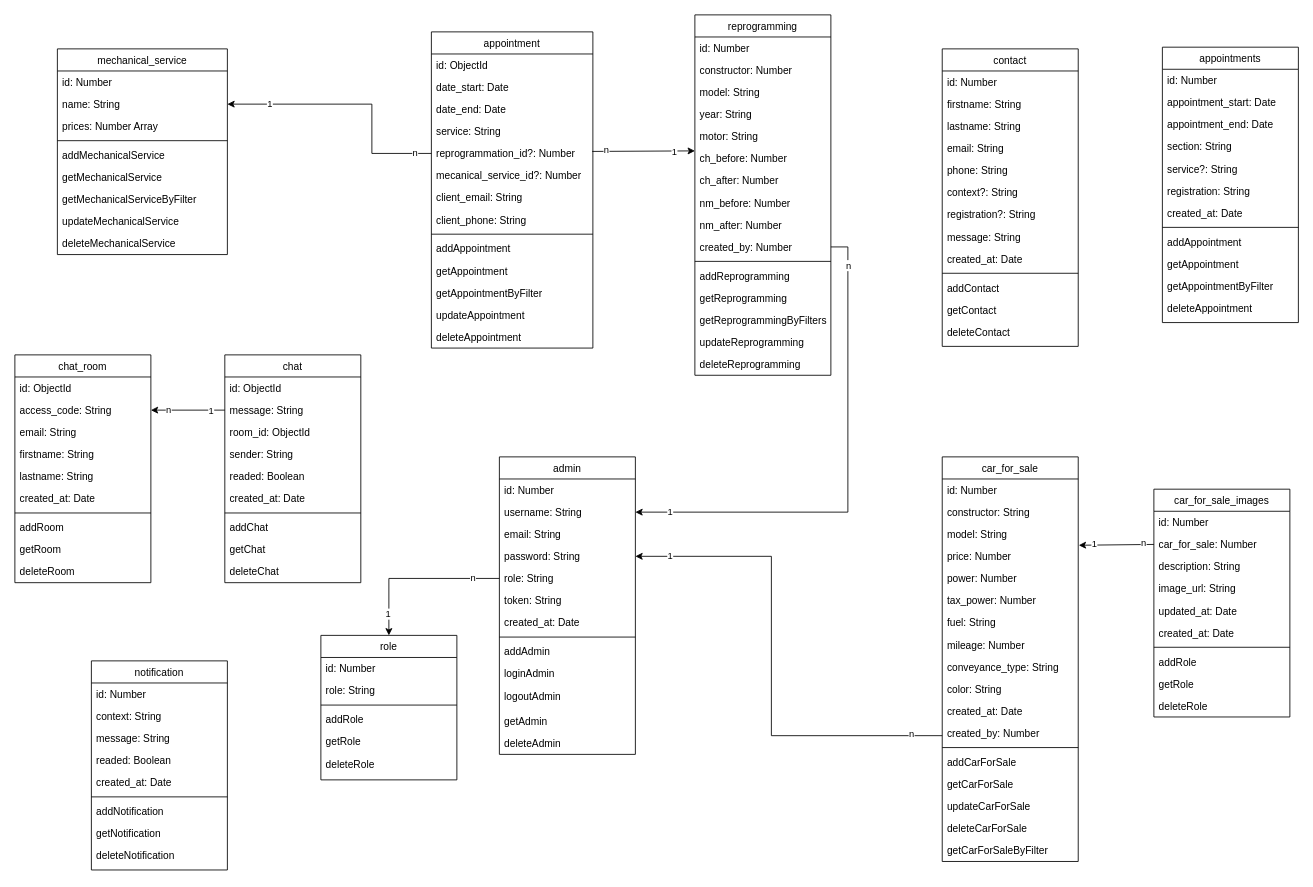
nsevendev/hephaistos keeps this draw.io diagram as documentation/hephaistos-MCD.drawio. Above is the earlier version. Source tidied: cells renumbered, new cells numbered last; positions are measured from the earlier drawing's top-left corner, leaving out a move shared by most shapes. Both pictures are drawn from the tidied source at 85%, with x=0, y=0 at pixel (14, 14).
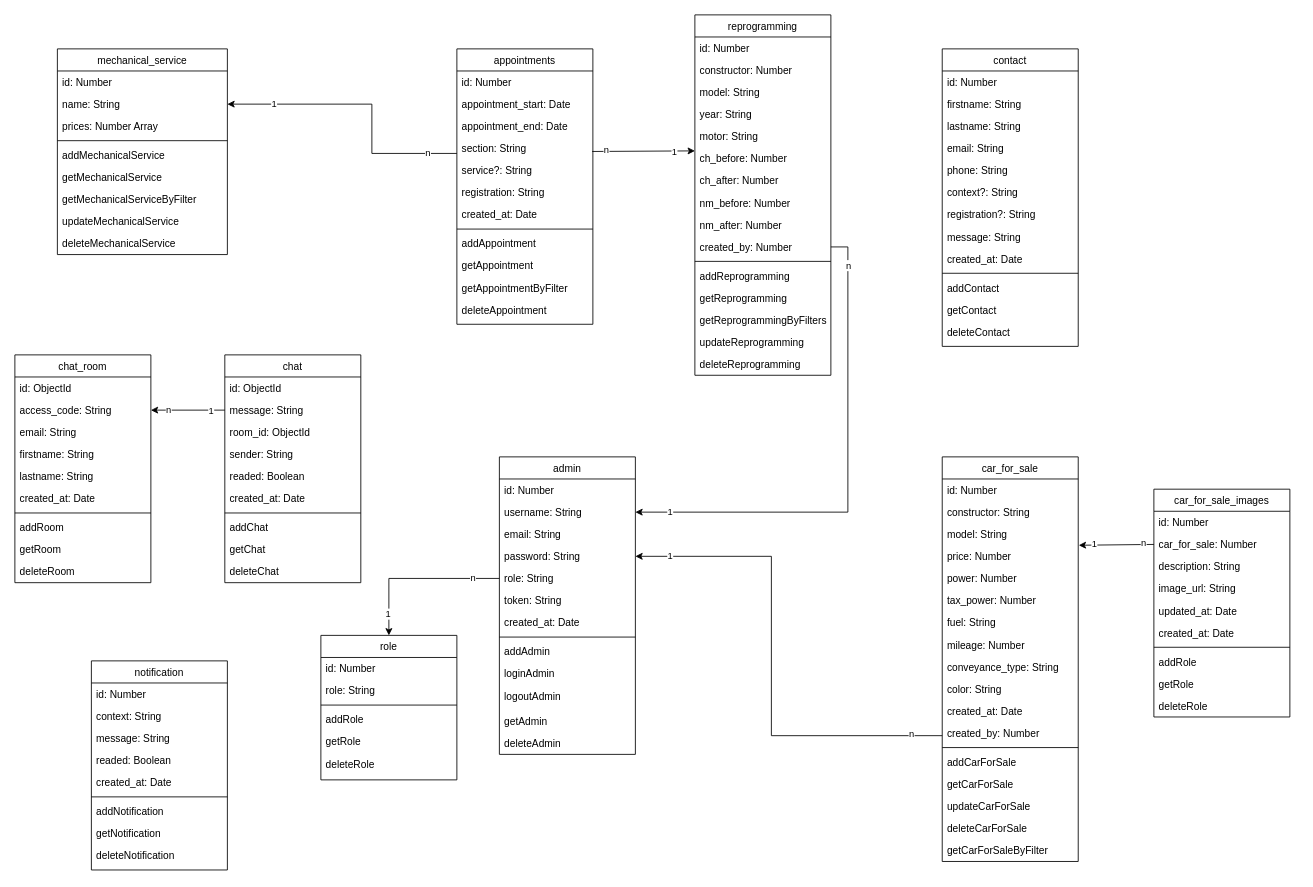
The same diagram, later.

Commit message:
suppression schema appoitment

The change refers to these unchanged cells:
```xml
<mxCell id="4" value="name: String" style="text;align=left;verticalAlign=top;spacingLeft=4;spacingRight=4;overflow=hidden;points=[[0,0.5],[1,0.5]];portConstraint=eastwest;" parent="2" vertex="1">
  <mxGeometry y="52" width="200" height="26" as="geometry" />
</mxCell>
<mxCell id="18" value="ch_before: Number" style="text;align=left;verticalAlign=top;spacingLeft=4;spacingRight=4;overflow=hidden;points=[[0,0.5],[1,0.5]];portConstraint=eastwest;" parent="12" vertex="1">
  <mxGeometry y="156" width="160" height="26" as="geometry" />
</mxCell>
<mxCell id="152" value="section: String" style="text;align=left;verticalAlign=top;spacingLeft=4;spacingRight=4;overflow=hidden;points=[[0,0.5],[1,0.5]];portConstraint=eastwest;" parent="148" vertex="1">
  <mxGeometry y="104" width="160" height="26" as="geometry" />
</mxCell>
```

The edit, as a diff of the source:
```diff
@@
-    <mxCell id="70" value="appointment" style="swimlane;fontStyle=0;align=center;verticalAlign=top;horizontal=1;startSize=26;rounded=0;shadow=0;strokeWidth=1;" parent="1" vertex="1">
-      <mxGeometry x="490" y="20" width="190" height="372" as="geometry" />
-    </mxCell>
-    <mxCell id="71" value="id: ObjectId" style="text;align=left;verticalAlign=top;spacingLeft=4;spacingRight=4;overflow=hidden;rounded=0;shadow=0;html=0;" parent="70" vertex="1">
-      <mxGeometry y="26" width="190" height="26" as="geometry" />
-    </mxCell>
-    <mxCell id="72" value="date_start: Date" style="text;align=left;verticalAlign=top;spacingLeft=4;spacingRight=4;overflow=hidden;" parent="70" vertex="1">
-      <mxGeometry y="52" width="190" height="26" as="geometry" />
-    </mxCell>
-    <mxCell id="73" value="date_end: Date" style="text;align=left;verticalAlign=top;spacingLeft=4;spacingRight=4;overflow=hidden;" parent="70" vertex="1">
-      <mxGeometry y="78" width="190" height="26" as="geometry" />
-    </mxCell>
-    <mxCell id="74" value="service: String" style="text;align=left;verticalAlign=top;spacingLeft=4;spacingRight=4;overflow=hidden;" parent="70" vertex="1">
-      <mxGeometry y="104" width="190" height="26" as="geometry" />
-    </mxCell>
-    <mxCell id="75" value="reprogrammation_id?: Number" style="text;align=left;verticalAlign=top;spacingLeft=4;spacingRight=4;overflow=hidden;points=[[0,0.5],[1,0.5]];portConstraint=eastwest;" parent="70" vertex="1">
-      <mxGeometry y="130" width="190" height="26" as="geometry" />
-    </mxCell>
-    <mxCell id="76" value="mecanical_service_id?: Number" style="text;align=left;verticalAlign=top;spacingLeft=4;spacingRight=4;overflow=hidden;" parent="70" vertex="1">
-      <mxGeometry y="156" width="190" height="26" as="geometry" />
-    </mxCell>
-    <mxCell id="77" value="client_email: String" style="text;align=left;verticalAlign=top;spacingLeft=4;spacingRight=4;overflow=hidden;rounded=0;shadow=0;html=0;" parent="70" vertex="1">
-      <mxGeometry y="182" width="190" height="26" as="geometry" />
-    </mxCell>
-    <mxCell id="78" value="client_phone: String" style="text;align=left;verticalAlign=top;spacingLeft=4;spacingRight=4;overflow=hidden;rounded=0;shadow=0;html=0;" parent="70" vertex="1">
-      <mxGeometry y="208" width="190" height="26" as="geometry" />
-    </mxCell>
-    <mxCell id="79" style="line;html=1;strokeWidth=1;align=left;verticalAlign=middle;spacingTop=-1;spacingLeft=3;spacingRight=3;labelPosition=right;" parent="70" vertex="1">
-      <mxGeometry y="234" width="190" height="8" as="geometry" />
-    </mxCell>
-    <mxCell id="80" value="addAppointment" style="text;align=left;verticalAlign=top;spacingLeft=4;spacingRight=4;overflow=hidden;" parent="70" vertex="1">
-      <mxGeometry y="242" width="190" height="26" as="geometry" />
-    </mxCell>
-    <mxCell id="81" value="getAppointment" style="text;align=left;verticalAlign=top;spacingLeft=4;spacingRight=4;overflow=hidden;" parent="70" vertex="1">
-      <mxGeometry y="268" width="190" height="26" as="geometry" />
-    </mxCell>
-    <mxCell id="82" value="getAppointmentByFilter" style="text;align=left;verticalAlign=top;spacingLeft=4;spacingRight=4;overflow=hidden;" parent="70" vertex="1">
-      <mxGeometry y="294" width="190" height="26" as="geometry" />
-    </mxCell>
-    <mxCell id="83" value="updateAppointment" style="text;align=left;verticalAlign=top;spacingLeft=4;spacingRight=4;overflow=hidden;" parent="70" vertex="1">
-      <mxGeometry y="320" width="190" height="26" as="geometry" />
-    </mxCell>
-    <mxCell id="84" value="deleteAppointment" style="text;align=left;verticalAlign=top;spacingLeft=4;spacingRight=4;overflow=hidden;" parent="70" vertex="1">
-      <mxGeometry y="346" width="190" height="26" as="geometry" />
-    </mxCell>
@@
-    <mxCell id="88" style="endArrow=classic;html=1;rounded=0;exitX=0;exitY=0.5;exitDx=0;exitDy=0;entryX=1;entryY=0.5;entryDx=0;entryDy=0;" parent="1" edge="1" source="75" target="4">
+    <mxCell id="88" style="endArrow=classic;html=1;rounded=0;exitX=0;exitY=0.731;exitDx=0;exitDy=0;entryX=1;entryY=0.5;entryDx=0;entryDy=0;exitPerimeter=0;" parent="1" edge="1" source="152" target="4">
       <mxGeometry relative="1" as="geometry">
         <Array as="points">
           <mxPoint x="420" y="163" />
           <mxPoint x="420" y="105" />
         </Array>
       </mxGeometry>
     </mxCell>
@@
-    <mxCell id="91" style="endArrow=classic;html=1;rounded=0;entryX=0;entryY=0.154;entryDx=0;entryDy=0;entryPerimeter=0;exitX=0.996;exitY=0.41;exitDx=0;exitDy=0;exitPerimeter=0;" parent="1" edge="1" source="75" target="18">
-      <mxGeometry relative="1" as="geometry" />
+    <mxCell id="91" style="endArrow=classic;html=1;rounded=0;entryX=0;entryY=0.154;entryDx=0;entryDy=0;entryPerimeter=0;exitX=0.996;exitY=0.41;exitDx=0;exitDy=0;exitPerimeter=0;" parent="1" edge="1" target="18">
+      <mxGeometry relative="1" as="geometry">
+        <mxPoint x="679.2" y="160.7" as="sourcePoint" />
+      </mxGeometry>
     </mxCell>
@@
     <mxCell id="148" value="appointments" style="swimlane;fontStyle=0;align=center;verticalAlign=top;horizontal=1;startSize=26;rounded=0;shadow=0;strokeWidth=1;" parent="1" vertex="1">
-      <mxGeometry x="1350" y="38" width="160" height="324" as="geometry" />
+      <mxGeometry x="520" y="40" width="160" height="324" as="geometry" />
     </mxCell>
```
